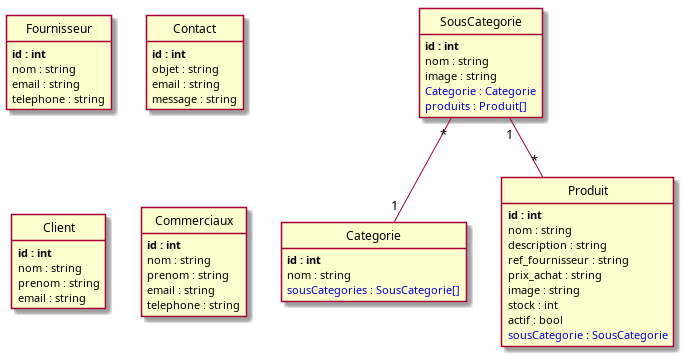
Before: puml/index.png, a diagram exported from PlantUML (Alice2568/VillageGreen). Its source is kept beside it as puml/index.puml.
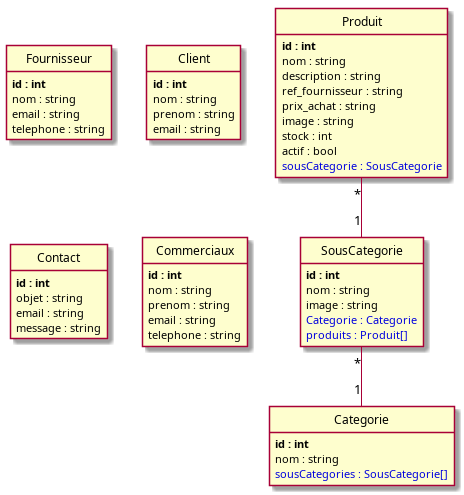
After the commit.

The edit, as a diff of the source:
```diff
@@ -4,27 +4,6 @@
 	nom : string
 	email : string
 	telephone : string
-}
-
-class Contact {
-	**id : int**
-	objet : string
-	email : string
-	message : string
-}
-
-class SousCategorie {
-	**id : int**
-	nom : string
-	image : string
-	<color:#0000dd>Categorie : Categorie</color>
-	<color:#0000dd>produits : Produit[]</color>
-}
-
-class Categorie {
-	**id : int**
-	nom : string
-	<color:#0000dd>sousCategories : SousCategorie[]</color>
 }
 
 class Client {
@@ -46,6 +25,21 @@
 	<color:#0000dd>sousCategorie : SousCategorie</color>
 }
 
+class SousCategorie {
+	**id : int**
+	nom : string
+	image : string
+	<color:#0000dd>Categorie : Categorie</color>
+	<color:#0000dd>produits : Produit[]</color>
+}
+
+class Contact {
+	**id : int**
+	objet : string
+	email : string
+	message : string
+}
+
 class Commerciaux {
 	**id : int**
 	nom : string
@@ -54,8 +48,14 @@
 	telephone : string
 }
 
+class Categorie {
+	**id : int**
+	nom : string
+	<color:#0000dd>sousCategories : SousCategorie[]</color>
+}
+
+Produit "*"--"1" SousCategorie
 SousCategorie "*"--"1" Categorie
-SousCategorie "1"--"*" Produit
 
 
 hide methods
```
